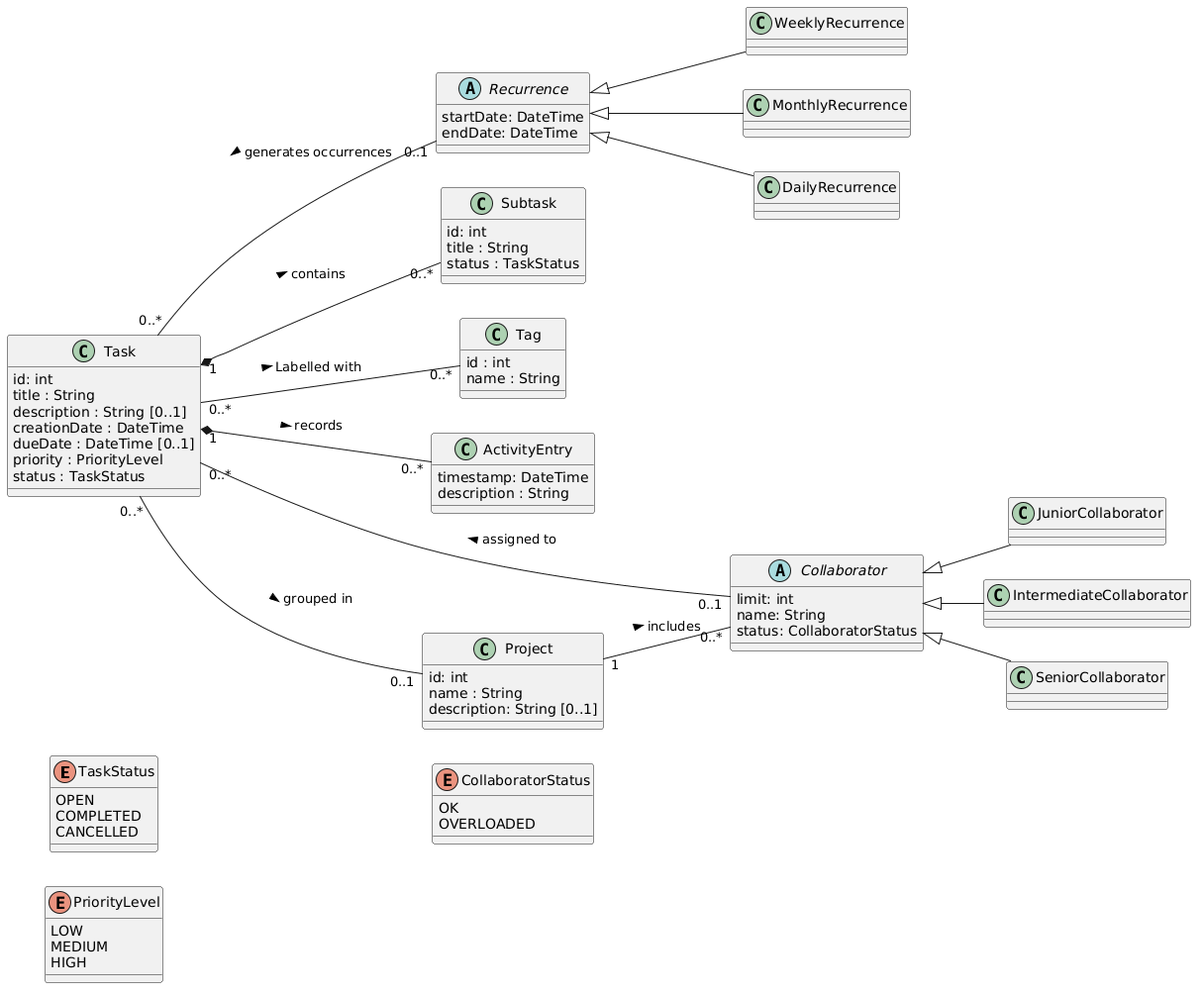
Above: Iteration-2/UpdatedDomainModel/UpdatedDomainModel.png in dan-gan/SOEN-342 (PlantUML), before the change.
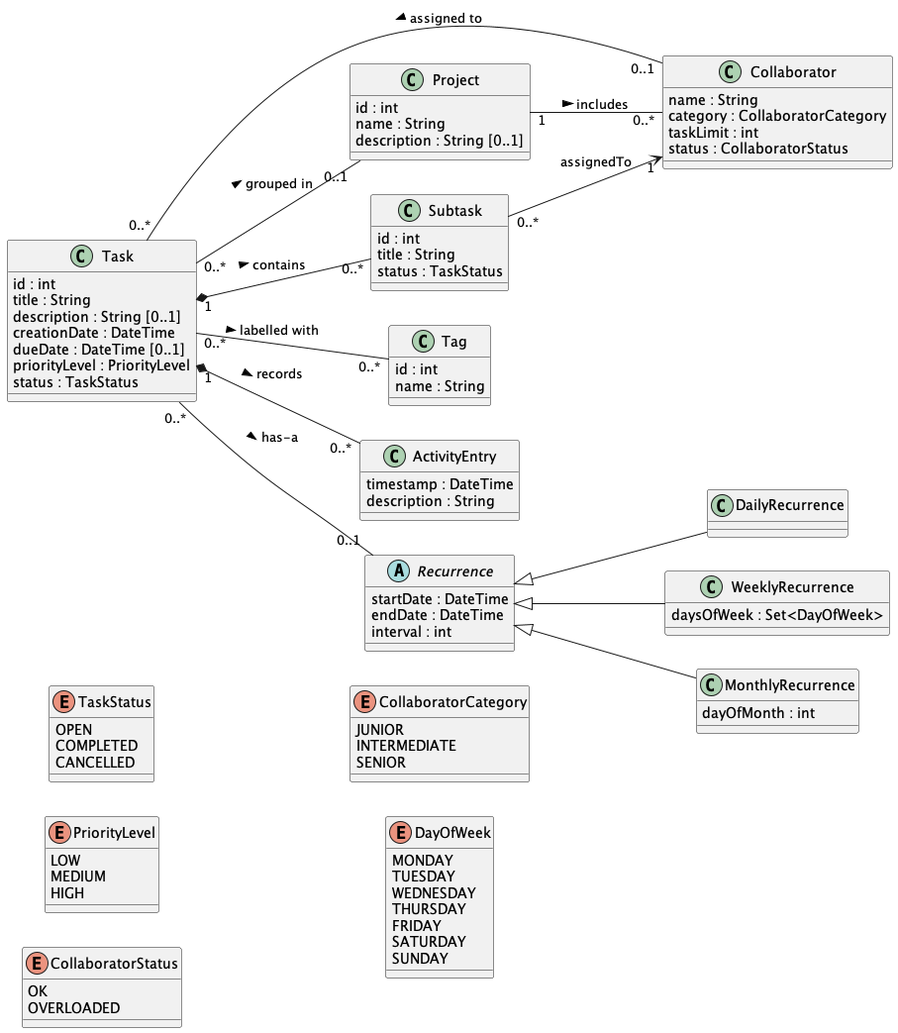
The same diagram one commit later.

What changed in the source:
```diff
@@ -20,25 +20,41 @@
   OVERLOADED
 }
 
+enum CollaboratorCategory {
+  JUNIOR
+  INTERMEDIATE
+  SENIOR
+}
+
+enum DayOfWeek {
+  MONDAY
+  TUESDAY
+  WEDNESDAY
+  THURSDAY
+  FRIDAY
+  SATURDAY
+  SUNDAY
+}
+
 
 class Task {
-  id: int
+  id : int
   title : String
   description : String [0..1]
   creationDate : DateTime
   dueDate : DateTime [0..1]
-  priority : PriorityLevel
+  priorityLevel : PriorityLevel
   status : TaskStatus
 }
 
 class Project {
-  id: int
+  id : int
   name : String
-  description: String [0..1]
+  description : String [0..1]
 }
 
 class Subtask {
-  id: int
+  id : int
   title : String
   status : TaskStatus
 }
@@ -49,55 +65,54 @@
 }
 
 class ActivityEntry {
-  timestamp: DateTime
+  timestamp : DateTime
   description : String
 }
 
 abstract class Recurrence {
-    startDate: DateTime
-    endDate: DateTime
+  startDate : DateTime
+  endDate : DateTime
+  interval : int
 }
 
-class DailyRecurrence extends Recurrence{
-
+class DailyRecurrence {
 }
 
-class WeeklyRecurrence extends Recurrence{
-
+class WeeklyRecurrence {
+  daysOfWeek : Set<DayOfWeek>
 }
 
-class MonthlyRecurrence extends Recurrence{
-
+class MonthlyRecurrence {
+  dayOfMonth : int
 }
 
-abstract class Collaborator{
-    limit: int
-    name: String
-    status: CollaboratorStatus
+class Collaborator {
+  name : String
+  category : CollaboratorCategory
+  taskLimit : int
+  status : CollaboratorStatus
 }
 
-class JuniorCollaborator extends Collaborator{
-}
 
-class IntermediateCollaborator extends Collaborator{
-}
-
-class SeniorCollaborator extends Collaborator{
-}
-
+Recurrence <|-- DailyRecurrence
+Recurrence <|-- WeeklyRecurrence
+Recurrence <|-- MonthlyRecurrence
 
 
 Task "0..*" -- "0..1" Project : grouped in >
 
 Task "1" *-- "0..*" Subtask : contains >
 
-Task "0..*" -- "0..*" Tag : Labelled with >
+Task "0..*" -- "0..*" Tag : labelled with >
 
 Task "1" *-- "0..*" ActivityEntry : records >
 
-Task "0..*" -- "0..1" Recurrence : generates occurrences <
+Task "0..*" -- "0..1" Recurrence : has-a >
 
 Task "0..*" -- "0..1" Collaborator : assigned to <
 
 Project "1" -- "0..*" Collaborator : includes >
+
+Subtask "0..*" --> "1" Collaborator : assignedTo
+
 @enduml
```
